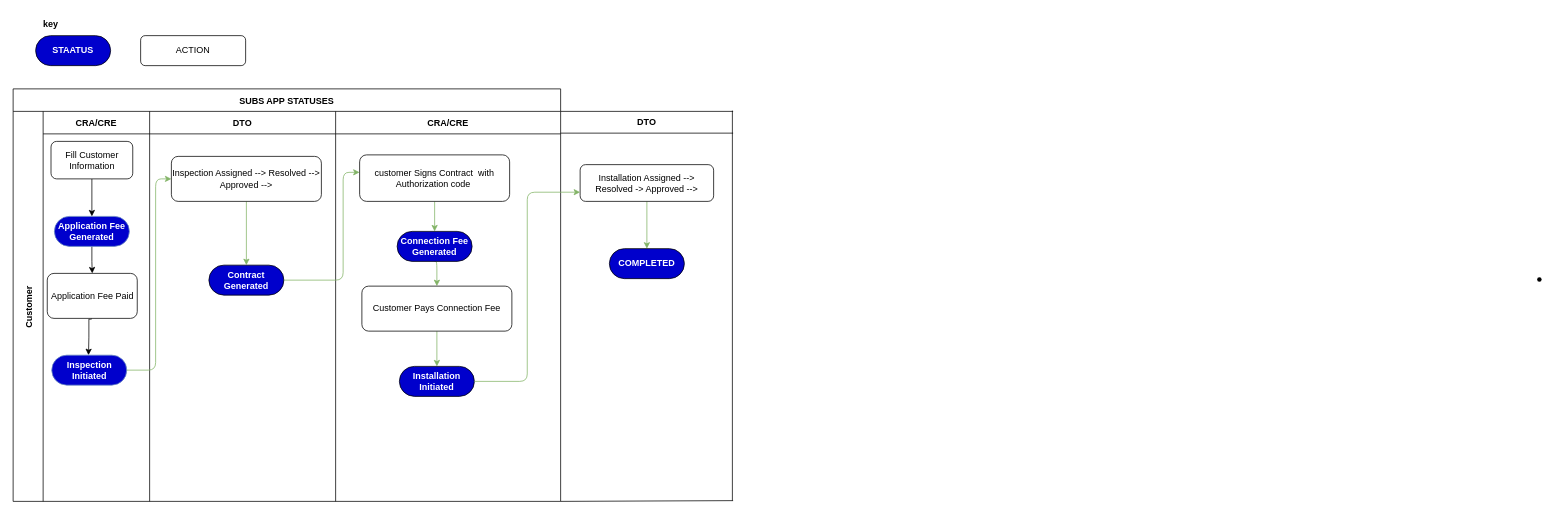
This is ECG UP FLOW.drawio from Kwame-Pitakin/Draw.io, a draw.io file, before an edit. Source tidied: cells renumbered, new cells numbered last; positions are measured from the earlier drawing's top-left corner, leaving out a move shared by most shapes. Both pictures are drawn from the tidied source at 75%, with x=0, y=0 at pixel (13, 13).
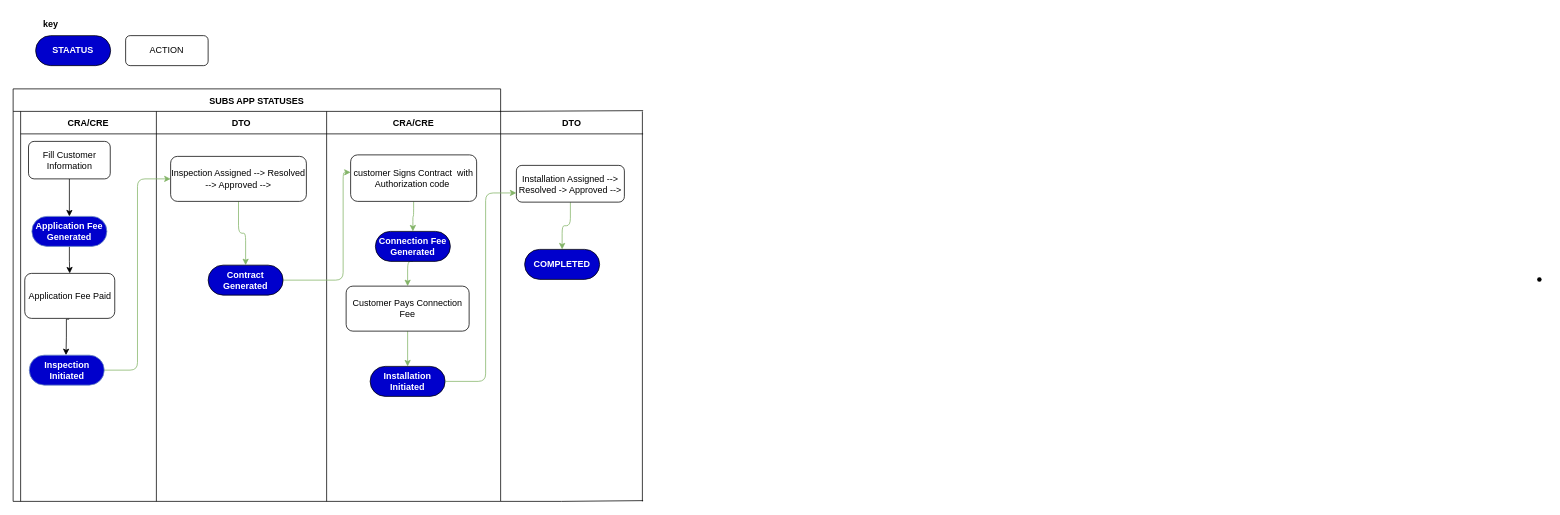
The same diagram, later.

Unchanged cells that the change refers to:
```xml
<mxCell id="12" value="&lt;font color=&quot;#ffffff&quot;&gt;&lt;b&gt;Inspection Initiated&lt;/b&gt;&lt;/font&gt;" style="rounded=1;whiteSpace=wrap;html=1;arcSize=50;fillColor=#0000CC;strokeColor=#6c8ebf;fillStyle=solid;" parent="4" vertex="1">
  <mxGeometry x="11.5" y="325" width="100" height="40" as="geometry" />
</mxCell>
```

What changed in the source:
```diff
@@
     <mxCell id="2" value="SUBS APP STATUSES" style="shape=table;childLayout=tableLayout;startSize=30;fillColor=none;fontStyle=1;" parent="1" vertex="1">
-      <mxGeometry y="101" width="730" height="550" as="geometry" />
+      <mxGeometry y="101" width="650" height="550" as="geometry" />
     </mxCell>
-    <mxCell id="3" value="Customer" style="shape=tableRow;horizontal=0;swimlaneHead=0;swimlaneBody=0;top=0;left=0;bottom=0;right=0;fillColor=none;startSize=40;fontStyle=1;" parent="2" vertex="1">
-      <mxGeometry y="30" width="730" height="520" as="geometry" />
+    <mxCell id="3" style="shape=tableRow;horizontal=0;swimlaneHead=0;swimlaneBody=0;top=0;left=0;bottom=0;right=0;fillColor=none;startSize=10;fontStyle=1;" parent="2" vertex="1">
+      <mxGeometry y="30" width="650" height="520" as="geometry" />
     </mxCell>
     <mxCell id="4" value="CRA/CRE" style="swimlane;swimlaneHead=0;swimlaneBody=0;fillColor=none;startSize=30;fontStyle=1;" parent="3" vertex="1">
-      <mxGeometry x="40" width="142" height="520" as="geometry" />
+      <mxGeometry x="10" width="181" height="520" as="geometry" />
     </mxCell>
@@
     <mxCell id="13" value="DTO" style="swimlane;swimlaneHead=0;swimlaneBody=0;fillColor=none;startSize=30;fontStyle=1;" parent="3" vertex="1">
-      <mxGeometry x="182" width="248" height="520" as="geometry" />
+      <mxGeometry x="191" width="227" height="520" as="geometry" />
     </mxCell>
@@
     <mxCell id="15" value="Inspection Assigned --&amp;gt; Resolved --&amp;gt; Approved --&amp;gt;" style="rounded=1;whiteSpace=wrap;html=1;" parent="13" vertex="1">
-      <mxGeometry x="29" y="60" width="200" height="60" as="geometry" />
+      <mxGeometry x="19" y="60" width="181" height="60" as="geometry" />
     </mxCell>
     <mxCell id="16" value="&lt;font color=&quot;#ffffff&quot;&gt;&lt;b&gt;Contract Generated&lt;/b&gt;&lt;/font&gt;" style="rounded=1;whiteSpace=wrap;html=1;arcSize=50;fillColor=#0000CC;" parent="13" vertex="1">
-      <mxGeometry x="79" y="205" width="100" height="40" as="geometry" />
+      <mxGeometry x="69" y="205" width="100" height="40" as="geometry" />
     </mxCell>
     <mxCell id="17" value="CRA/CRE" style="swimlane;swimlaneHead=0;swimlaneBody=0;fillColor=none;startSize=30;fontStyle=1;" parent="3" vertex="1">
-      <mxGeometry x="430" width="300" height="520" as="geometry" />
+      <mxGeometry x="418" width="232" height="520" as="geometry" />
     </mxCell>
@@
     <mxCell id="19" value="customer Signs Contract&amp;nbsp; with Authorization code&amp;nbsp;" style="rounded=1;whiteSpace=wrap;html=1;" parent="17" vertex="1">
-      <mxGeometry x="32" y="58" width="200" height="62" as="geometry" />
+      <mxGeometry x="32" y="58" width="168" height="62" as="geometry" />
     </mxCell>
@@
     <mxCell id="21" value="&lt;font color=&quot;#ffffff&quot;&gt;&lt;b&gt;Connection Fee Generated&lt;/b&gt;&lt;/font&gt;" style="rounded=1;whiteSpace=wrap;html=1;arcSize=50;fillColor=#0000CC;" parent="17" vertex="1">
-      <mxGeometry x="82" y="160" width="100" height="40" as="geometry" />
+      <mxGeometry x="65" y="160" width="100" height="40" as="geometry" />
     </mxCell>
@@
     <mxCell id="23" value="Customer Pays Connection Fee" style="rounded=1;whiteSpace=wrap;html=1;" parent="17" vertex="1">
-      <mxGeometry x="35" y="233" width="200" height="60" as="geometry" />
+      <mxGeometry x="26" y="233" width="164" height="60" as="geometry" />
     </mxCell>
     <mxCell id="24" value="&lt;font color=&quot;#ffffff&quot;&gt;&lt;b&gt;Installation Initiated&lt;/b&gt;&lt;/font&gt;" style="rounded=1;whiteSpace=wrap;html=1;arcSize=50;fillColor=#0000CC;glass=0;" parent="17" vertex="1">
-      <mxGeometry x="85" y="340" width="100" height="40" as="geometry" />
+      <mxGeometry x="58" y="340" width="100" height="40" as="geometry" />
     </mxCell>
+    <mxCell id="26" style="edgeStyle=orthogonalEdgeStyle;rounded=1;jettySize=auto;html=1;exitX=1;exitY=0.5;exitDx=0;exitDy=0;entryX=0;entryY=0.375;entryDx=0;entryDy=0;entryPerimeter=0;fillColor=#d5e8d4;strokeColor=#82b366;" parent="3" edge="1" source="16" target="19">
+      <mxGeometry relative="1" as="geometry">
+        <Array as="points">
+          <mxPoint x="440" y="225" />
+          <mxPoint x="440" y="81" />
+        </Array>
+      </mxGeometry>
+    </mxCell>
     <mxCell id="25" style="edgeStyle=orthogonalEdgeStyle;rounded=1;jettySize=auto;html=1;exitX=1;exitY=0.5;exitDx=0;exitDy=0;entryX=0;entryY=0.5;entryDx=0;entryDy=0;fillColor=#d5e8d4;strokeColor=#82b366;" parent="3" edge="1" source="12" target="15">
-      <mxGeometry relative="1" as="geometry">
-        <Array as="points">
-          <mxPoint x="190" y="345" />
-          <mxPoint x="190" y="90" />
-        </Array>
-      </mxGeometry>
+      <mxGeometry relative="1" as="geometry" />
     </mxCell>
-    <mxCell id="26" style="edgeStyle=orthogonalEdgeStyle;rounded=1;jettySize=auto;html=1;exitX=1;exitY=0.5;exitDx=0;exitDy=0;entryX=0;entryY=0.375;entryDx=0;entryDy=0;entryPerimeter=0;fillColor=#d5e8d4;strokeColor=#82b366;" parent="3" edge="1" source="16" target="19">
-      <mxGeometry relative="1" as="geometry">
-        <Array as="points">
-          <mxPoint x="440" y="225" />
-          <mxPoint x="440" y="81" />
-        </Array>
-      </mxGeometry>
-    </mxCell>
@@
     <mxCell id="28" value="DTO" style="swimlane;swimlaneHead=0;swimlaneBody=0;fillColor=none;startSize=30;fontStyle=1;" parent="1" vertex="1">
-      <mxGeometry x="730" y="130" width="230" height="510" as="geometry" />
+      <mxGeometry x="650" y="131" width="190" height="510" as="geometry" />
     </mxCell>
@@
     <mxCell id="30" value="Installation Assigned --&amp;gt; Resolved -&amp;gt; Approved --&amp;gt;" style="rounded=1;whiteSpace=wrap;html=1;" parent="28" vertex="1">
-      <mxGeometry x="26" y="72" width="178" height="49" as="geometry" />
+      <mxGeometry x="21" y="72" width="144" height="49" as="geometry" />
     </mxCell>
     <mxCell id="31" value="&lt;b&gt;&lt;font color=&quot;#ffffff&quot;&gt;COMPLETED&lt;/font&gt;&lt;/b&gt;" style="rounded=1;whiteSpace=wrap;html=1;arcSize=50;fillColor=#0000CC;" parent="28" vertex="1">
-      <mxGeometry x="65" y="184" width="100" height="40" as="geometry" />
+      <mxGeometry x="32" y="184" width="100" height="40" as="geometry" />
     </mxCell>
     <mxCell id="32" style="endArrow=none;html=1;rounded=0;" parent="28" edge="1">
       <mxGeometry relative="1" as="geometry">
-        <mxPoint x="229" y="520" as="sourcePoint" />
-        <mxPoint x="229" as="targetPoint" />
+        <mxPoint x="189" y="520" as="sourcePoint" />
+        <mxPoint x="189" as="targetPoint" />
       </mxGeometry>
     </mxCell>
     <mxCell id="33" style="endArrow=none;html=1;rounded=0;" parent="1" edge="1">
       <mxGeometry relative="1" as="geometry">
-        <mxPoint x="730" y="131" as="sourcePoint" />
-        <mxPoint x="960" y="131" as="targetPoint" />
+        <mxPoint x="649" y="131" as="sourcePoint" />
+        <mxPoint x="840" y="130" as="targetPoint" />
         <Array as="points">
-          <mxPoint x="730" y="131" />
+          <mxPoint x="649" y="131" />
         </Array>
       </mxGeometry>
     </mxCell>
     <mxCell id="34" style="endArrow=none;html=1;rounded=0;" parent="1" edge="1">
       <mxGeometry relative="1" as="geometry">
-        <mxPoint x="960" y="650" as="sourcePoint" />
-        <mxPoint x="730" y="651" as="targetPoint" />
+        <mxPoint x="840" y="650" as="sourcePoint" />
+        <mxPoint x="650" y="651" as="targetPoint" />
+        <Array as="points">
+          <mxPoint x="731" y="651" />
+        </Array>
       </mxGeometry>
     </mxCell>
     <mxCell id="35" style="edgeStyle=orthogonalEdgeStyle;rounded=1;jettySize=auto;html=1;exitX=1;exitY=0.5;exitDx=0;exitDy=0;entryX=0;entryY=0.75;entryDx=0;entryDy=0;fillColor=#d5e8d4;strokeColor=#82b366;" parent="1" edge="1" source="24" target="30">
-      <mxGeometry relative="1" as="geometry" />
+      <mxGeometry relative="1" as="geometry">
+        <Array as="points">
+          <mxPoint x="630" y="491" />
+          <mxPoint x="630" y="240" />
+        </Array>
+      </mxGeometry>
     </mxCell>
@@
     <mxCell id="37" value="ACTION" style="rounded=1;whiteSpace=wrap;html=1;" parent="1" vertex="1">
-      <mxGeometry x="170" y="30" width="140" height="40" as="geometry" />
+      <mxGeometry x="150" y="30" width="110" height="40" as="geometry" />
     </mxCell>
```
